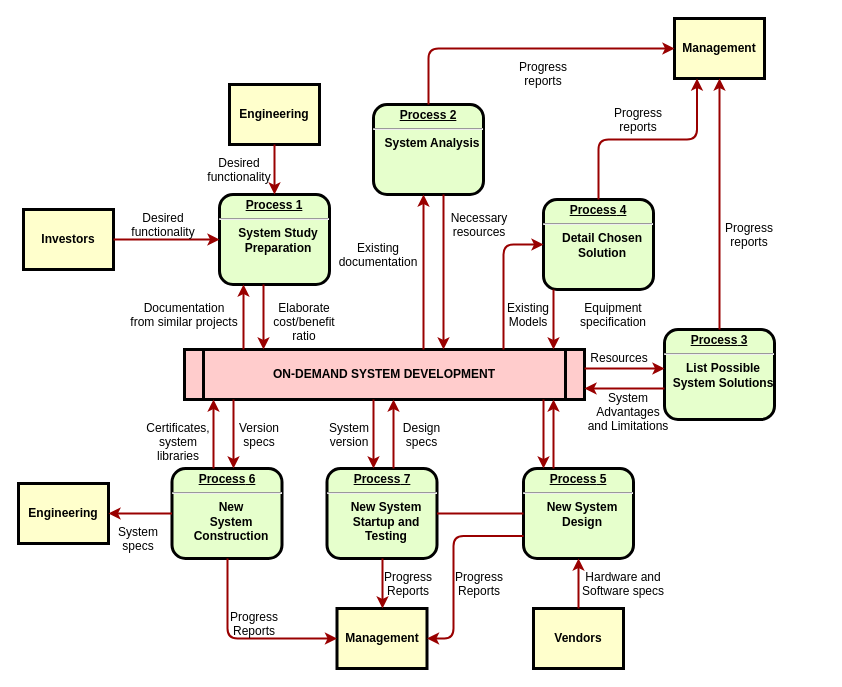
Master-Bhavesh/DFD-Diagram keeps this draw.io diagram as Library Management DFD.drawio. Above is the earlier version. Source tidied: cells renumbered, new cells numbered last; positions are measured from the earlier drawing's top-left corner, leaving out a move shared by most shapes. Both pictures are drawn from the tidied source at 100%, with x=0, y=0 at pixel (18, 18).
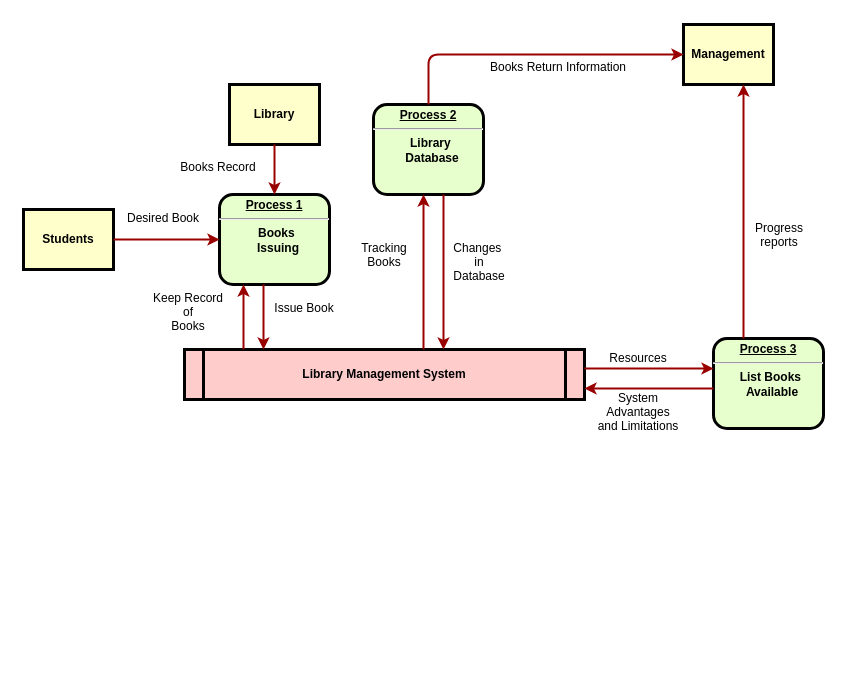
The same diagram, later.

Change to the diagram source:
```diff
@@
-    <mxCell id="2" value="&lt;p style=&quot;margin: 0px; margin-top: 4px; text-align: center; text-decoration: underline;&quot;&gt;&lt;strong&gt;Process 1&lt;br /&gt;&lt;/strong&gt;&lt;/p&gt;&lt;hr /&gt;&lt;p style=&quot;margin: 0px; margin-left: 8px;&quot;&gt;System Study&lt;/p&gt;&lt;p style=&quot;margin: 0px; margin-left: 8px;&quot;&gt;Preparation&lt;/p&gt;" style="verticalAlign=middle;align=center;overflow=fill;fontSize=12;fontFamily=Helvetica;html=1;rounded=1;fontStyle=1;strokeWidth=3;fillColor=#E6FFCC;" parent="1" vertex="1">
+    <mxCell id="2" value="&lt;p style=&quot;margin: 0px ; margin-top: 4px ; text-align: center ; text-decoration: underline&quot;&gt;&lt;strong&gt;Process 1&lt;br&gt;&lt;/strong&gt;&lt;/p&gt;&lt;hr&gt;&lt;p style=&quot;margin: 0px ; margin-left: 8px&quot;&gt;Books&amp;nbsp;&lt;/p&gt;&lt;p style=&quot;margin: 0px ; margin-left: 8px&quot;&gt;Issuing&lt;/p&gt;" style="verticalAlign=middle;align=center;overflow=fill;fontSize=12;fontFamily=Helvetica;html=1;rounded=1;fontStyle=1;strokeWidth=3;fillColor=#E6FFCC;" parent="1" vertex="1">
       <mxGeometry x="201" y="176" width="110" height="90" as="geometry" />
     </mxCell>
-    <mxCell id="3" value="Engineering" style="whiteSpace=wrap;align=center;verticalAlign=middle;fontStyle=1;strokeWidth=3;fillColor=#FFFFCC;" parent="1" vertex="1">
+    <mxCell id="3" value="Library" style="whiteSpace=wrap;align=center;verticalAlign=middle;fontStyle=1;strokeWidth=3;fillColor=#FFFFCC;" parent="1" vertex="1">
       <mxGeometry x="211" y="66" width="90" height="60" as="geometry" />
     </mxCell>
-    <mxCell id="4" value="Investors" style="whiteSpace=wrap;align=center;verticalAlign=middle;fontStyle=1;strokeWidth=3;fillColor=#FFFFCC;" parent="1" vertex="1">
+    <mxCell id="4" value="Students" style="whiteSpace=wrap;align=center;verticalAlign=middle;fontStyle=1;strokeWidth=3;fillColor=#FFFFCC;" parent="1" vertex="1">
       <mxGeometry x="5" y="191" width="90" height="60" as="geometry" />
     </mxCell>
-    <mxCell id="5" value="ON-DEMAND SYSTEM DEVELOPMENT" style="shape=process;whiteSpace=wrap;align=center;verticalAlign=middle;size=0.0475;fontStyle=1;strokeWidth=3;fillColor=#FFCCCC;" parent="1" vertex="1">
+    <mxCell id="5" value="Library Management System" style="shape=process;whiteSpace=wrap;align=center;verticalAlign=middle;size=0.0475;fontStyle=1;strokeWidth=3;fillColor=#FFCCCC;" parent="1" vertex="1">
       <mxGeometry x="166" y="331" width="400" height="50" as="geometry" />
     </mxCell>
-    <mxCell id="6" value="&lt;p style=&quot;margin: 0px; margin-top: 4px; text-align: center; text-decoration: underline;&quot;&gt;&lt;strong&gt;Process 2&lt;br /&gt;&lt;/strong&gt;&lt;/p&gt;&lt;hr /&gt;&lt;p style=&quot;margin: 0px; margin-left: 8px;&quot;&gt;System Analysis&lt;/p&gt;" style="verticalAlign=middle;align=center;overflow=fill;fontSize=12;fontFamily=Helvetica;html=1;rounded=1;fontStyle=1;strokeWidth=3;fillColor=#E6FFCC;" parent="1" vertex="1">
+    <mxCell id="6" value="&lt;p style=&quot;margin: 0px ; margin-top: 4px ; text-align: center ; text-decoration: underline&quot;&gt;&lt;strong&gt;Process 2&lt;br&gt;&lt;/strong&gt;&lt;/p&gt;&lt;hr&gt;&lt;p style=&quot;margin: 0px ; margin-left: 8px&quot;&gt;Library&amp;nbsp;&lt;/p&gt;&lt;p style=&quot;margin: 0px ; margin-left: 8px&quot;&gt;Database&lt;/p&gt;" style="verticalAlign=middle;align=center;overflow=fill;fontSize=12;fontFamily=Helvetica;html=1;rounded=1;fontStyle=1;strokeWidth=3;fillColor=#E6FFCC;" parent="1" vertex="1">
       <mxGeometry x="355" y="86" width="110" height="90" as="geometry" />
     </mxCell>
-    <mxCell id="7" value="&lt;p style=&quot;margin: 0px; margin-top: 4px; text-align: center; text-decoration: underline;&quot;&gt;&lt;strong&gt;&lt;strong&gt;Process&lt;/strong&gt; 3&lt;br /&gt;&lt;/strong&gt;&lt;/p&gt;&lt;hr /&gt;&lt;p style=&quot;margin: 0px; margin-left: 8px;&quot;&gt;List Possible&lt;/p&gt;&lt;p style=&quot;margin: 0px; margin-left: 8px;&quot;&gt;System Solutions&lt;/p&gt;" style="verticalAlign=middle;align=center;overflow=fill;fontSize=12;fontFamily=Helvetica;html=1;rounded=1;fontStyle=1;strokeWidth=3;fillColor=#E6FFCC;" parent="1" vertex="1">
-      <mxGeometry x="646" y="311" width="110" height="90" as="geometry" />
+    <mxCell id="7" value="&lt;p style=&quot;margin: 0px ; margin-top: 4px ; text-align: center ; text-decoration: underline&quot;&gt;&lt;strong&gt;&lt;strong&gt;Process&lt;/strong&gt; 3&lt;br&gt;&lt;/strong&gt;&lt;/p&gt;&lt;hr&gt;&lt;p style=&quot;margin: 0px ; margin-left: 8px&quot;&gt;List Books&amp;nbsp;&lt;/p&gt;&lt;p style=&quot;margin: 0px ; margin-left: 8px&quot;&gt;Available&lt;/p&gt;" style="verticalAlign=middle;align=center;overflow=fill;fontSize=12;fontFamily=Helvetica;html=1;rounded=1;fontStyle=1;strokeWidth=3;fillColor=#E6FFCC;" parent="1" vertex="1">
+      <mxGeometry x="695" y="320" width="110" height="90" as="geometry" />
     </mxCell>
-    <mxCell id="8" value="&lt;p style=&quot;margin: 0px; margin-top: 4px; text-align: center; text-decoration: underline;&quot;&gt;&lt;strong&gt;&lt;strong&gt;Process&lt;/strong&gt; 4&lt;br /&gt;&lt;/strong&gt;&lt;/p&gt;&lt;hr /&gt;&lt;p style=&quot;margin: 0px; margin-left: 8px;&quot;&gt;Detail Chosen&lt;/p&gt;&lt;p style=&quot;margin: 0px; margin-left: 8px;&quot;&gt;Solution&lt;/p&gt;" style="verticalAlign=middle;align=center;overflow=fill;fontSize=12;fontFamily=Helvetica;html=1;rounded=1;fontStyle=1;strokeWidth=3;fillColor=#E6FFCC;" parent="1" vertex="1">
-      <mxGeometry x="525" y="181" width="110" height="90" as="geometry" />
-    </mxCell>
-    <mxCell id="9" value="&lt;p style=&quot;margin: 0px; margin-top: 4px; text-align: center; text-decoration: underline;&quot;&gt;&lt;strong&gt;&lt;strong&gt;Process&lt;/strong&gt; 5&lt;br /&gt;&lt;/strong&gt;&lt;/p&gt;&lt;hr /&gt;&lt;p style=&quot;margin: 0px; margin-left: 8px;&quot;&gt;New System&lt;/p&gt;&lt;p style=&quot;margin: 0px; margin-left: 8px;&quot;&gt;Design&lt;/p&gt;" style="verticalAlign=middle;align=center;overflow=fill;fontSize=12;fontFamily=Helvetica;html=1;rounded=1;fontStyle=1;strokeWidth=3;fillColor=#E6FFCC;" parent="1" vertex="1">
-      <mxGeometry x="505" y="450" width="110" height="90" as="geometry" />
-    </mxCell>
-    <mxCell id="10" value="&lt;p style=&quot;margin: 0px; margin-top: 4px; text-align: center; text-decoration: underline;&quot;&gt;&lt;strong&gt;&lt;strong&gt;Process&lt;/strong&gt; 6&lt;br /&gt;&lt;/strong&gt;&lt;/p&gt;&lt;hr /&gt;&lt;p style=&quot;margin: 0px; margin-left: 8px;&quot;&gt;New&lt;/p&gt;&lt;p style=&quot;margin: 0px; margin-left: 8px;&quot;&gt;System&lt;/p&gt;&lt;p style=&quot;margin: 0px; margin-left: 8px;&quot;&gt;Construction&lt;/p&gt;" style="verticalAlign=middle;align=center;overflow=fill;fontSize=12;fontFamily=Helvetica;html=1;rounded=1;fontStyle=1;strokeWidth=3;fillColor=#E6FFCC;" parent="1" vertex="1">
-      <mxGeometry x="153.5" y="450" width="110" height="90" as="geometry" />
-    </mxCell>
     <mxCell id="11" value="Management" style="whiteSpace=wrap;align=center;verticalAlign=middle;fontStyle=1;strokeWidth=3;fillColor=#FFFFCC;" parent="1" vertex="1">
-      <mxGeometry x="656" width="90" height="60" as="geometry" />
+      <mxGeometry x="665" y="6" width="90" height="60" as="geometry" />
     </mxCell>
-    <mxCell id="12" value="Management" style="whiteSpace=wrap;align=center;verticalAlign=middle;fontStyle=1;strokeWidth=3;fillColor=#FFFFCC;" parent="1" vertex="1">
-      <mxGeometry x="318.5" y="590" width="90" height="60" as="geometry" />
-    </mxCell>
-    <mxCell id="13" value="Engineering" style="whiteSpace=wrap;align=center;verticalAlign=middle;fontStyle=1;strokeWidth=3;fillColor=#FFFFCC;" parent="1" vertex="1">
-      <mxGeometry y="465" width="90" height="60" as="geometry" />
-    </mxCell>
-    <mxCell id="14" value="Vendors" style="whiteSpace=wrap;align=center;verticalAlign=middle;fontStyle=1;strokeWidth=3;fillColor=#FFFFCC;" parent="1" vertex="1">
-      <mxGeometry x="515" y="590" width="90" height="60" as="geometry" />
-    </mxCell>
@@
-    <mxCell id="17" value="&lt;p style=&quot;margin: 0px; margin-top: 4px; text-align: center; text-decoration: underline;&quot;&gt;&lt;strong&gt;&lt;strong&gt;Process&lt;/strong&gt; 7&lt;br /&gt;&lt;/strong&gt;&lt;/p&gt;&lt;hr /&gt;&lt;p style=&quot;margin: 0px; margin-left: 8px;&quot;&gt;New System&lt;/p&gt;&lt;p style=&quot;margin: 0px; margin-left: 8px;&quot;&gt;Startup and&lt;/p&gt;&lt;p style=&quot;margin: 0px; margin-left: 8px;&quot;&gt;Testing&lt;/p&gt;" style="verticalAlign=middle;align=center;overflow=fill;fontSize=12;fontFamily=Helvetica;html=1;rounded=1;fontStyle=1;strokeWidth=3;fillColor=#E6FFCC;" parent="1" vertex="1">
-      <mxGeometry x="308.5" y="450" width="110" height="90" as="geometry" />
-    </mxCell>
-    <mxCell id="18" style="endArrow=none;noEdgeStyle=1;strokeColor=#990000;strokeWidth=2;" parent="1" edge="1" source="9" target="17">
-      <mxGeometry relative="1" as="geometry" />
-    </mxCell>
-    <mxCell id="19" value="Desired &#10;functionality" style="text;spacingTop=-5;align=center;" parent="1" vertex="1">
+    <mxCell id="19" value="Desired Book" style="text;spacingTop=-5;align=center;" parent="1" vertex="1">
       <mxGeometry x="130" y="191" width="30" height="20" as="geometry" />
     </mxCell>
-    <mxCell id="20" value="Desired &#10;functionality" style="text;spacingTop=-5;align=center;" parent="1" vertex="1">
-      <mxGeometry x="206" y="136" width="30" height="20" as="geometry" />
+    <mxCell id="20" value="Books Record" style="text;spacingTop=-5;align=center;" parent="1" vertex="1">
+      <mxGeometry x="185" y="140" width="30" height="20" as="geometry" />
     </mxCell>
-    <mxCell id="21" value="Documentation&#10;from similar projects" style="text;spacingTop=-5;align=center;" parent="1" vertex="1">
-      <mxGeometry x="151" y="281" width="30" height="20" as="geometry" />
+    <mxCell id="21" value="Keep Record&#10;of&#10;Books" style="text;spacingTop=-5;align=center;" parent="1" vertex="1">
+      <mxGeometry x="155" y="271" width="30" height="20" as="geometry" />
     </mxCell>
@@
-    <mxCell id="24" value="Elaborate&#10;cost/benefit&#10;ratio" style="text;spacingTop=-5;align=center;" parent="1" vertex="1">
+    <mxCell id="24" value="Issue Book" style="text;spacingTop=-5;align=center;" parent="1" vertex="1">
       <mxGeometry x="271" y="281" width="30" height="20" as="geometry" />
     </mxCell>
@@
-    <mxCell id="27" value="Existing&#10;documentation" style="text;spacingTop=-5;align=center;" parent="1" vertex="1">
-      <mxGeometry x="345" y="221" width="30" height="20" as="geometry" />
+    <mxCell id="27" value="Tracking &#10;Books" style="text;spacingTop=-5;align=center;" parent="1" vertex="1">
+      <mxGeometry x="351" y="221" width="30" height="20" as="geometry" />
     </mxCell>
-    <mxCell id="28" value="Necessary&#10;resources" style="text;spacingTop=-5;align=center;" parent="1" vertex="1">
-      <mxGeometry x="446" y="191" width="30" height="20" as="geometry" />
+    <mxCell id="28" value="Changes &#10;in&#10;Database" style="text;spacingTop=-5;align=center;" parent="1" vertex="1">
+      <mxGeometry x="446" y="221" width="30" height="20" as="geometry" />
     </mxCell>
-    <mxCell id="29" value="Progress&#10;reports" style="text;spacingTop=-5;align=center;" parent="1" vertex="1">
-      <mxGeometry x="510" y="40" width="30" height="20" as="geometry" />
+    <mxCell id="29" value="Books Return Information" style="text;spacingTop=-5;align=center;" parent="1" vertex="1">
+      <mxGeometry x="525" y="40" width="30" height="20" as="geometry" />
     </mxCell>
-    <mxCell id="30" value="Progress&#10;reports" style="text;spacingTop=-5;align=center;" parent="1" vertex="1">
-      <mxGeometry x="605" y="86" width="30" height="20" as="geometry" />
-    </mxCell>
     <mxCell id="31" value="Progress&#10;reports" style="text;spacingTop=-5;align=center;" parent="1" vertex="1">
-      <mxGeometry x="716" y="201" width="30" height="20" as="geometry" />
+      <mxGeometry x="746" y="201" width="30" height="20" as="geometry" />
     </mxCell>
@@
-    <mxCell id="33" style="edgeStyle=elbowEdgeStyle;elbow=vertical;entryX=0.25;entryY=1;strokeColor=#990000;strokeWidth=2;" parent="1" edge="1" source="8" target="11">
-      <mxGeometry relative="1" as="geometry" />
-    </mxCell>
@@
-    <mxCell id="35" style="edgeStyle=elbowEdgeStyle;elbow=horizontal;strokeColor=#990000;strokeWidth=2;" parent="1" edge="1" source="8" target="5">
-      <mxGeometry relative="1" as="geometry">
-        <Array as="points">
-          <mxPoint x="535" y="300" />
-        </Array>
-      </mxGeometry>
-    </mxCell>
-    <mxCell id="36" style="edgeStyle=segmentEdgeStyle;strokeColor=#990000;strokeWidth=2;" parent="1" edge="1" source="5" target="8">
-      <mxGeometry relative="1" as="geometry">
-        <Array as="points">
-          <mxPoint x="485" y="226" />
-        </Array>
-      </mxGeometry>
-    </mxCell>
-    <mxCell id="37" value="Existing&#10;Models" style="text;spacingTop=-5;align=center;" parent="1" vertex="1">
-      <mxGeometry x="495" y="281" width="30" height="20" as="geometry" />
-    </mxCell>
-    <mxCell id="38" value="Equipment&#10;specification" style="text;spacingTop=-5;align=center;" parent="1" vertex="1">
-      <mxGeometry x="580" y="281" width="30" height="20" as="geometry" />
-    </mxCell>
@@
     <mxCell id="41" value="Resources" style="text;spacingTop=-5;align=center;" parent="1" vertex="1">
-      <mxGeometry x="586" y="331" width="30" height="20" as="geometry" />
+      <mxGeometry x="605" y="331" width="30" height="20" as="geometry" />
     </mxCell>
     <mxCell id="42" value="System &#10;Advantages &#10;and Limitations" style="text;spacingTop=-5;align=center;" parent="1" vertex="1">
-      <mxGeometry x="595" y="371" width="30" height="20" as="geometry" />
+      <mxGeometry x="605" y="371" width="30" height="20" as="geometry" />
     </mxCell>
-    <mxCell id="43" style="edgeStyle=elbowEdgeStyle;elbow=horizontal;strokeColor=#990000;strokeWidth=2;" parent="1" edge="1" source="9" target="5">
-      <mxGeometry relative="1" as="geometry">
-        <Array as="points">
-          <mxPoint x="535" y="410" />
-        </Array>
-      </mxGeometry>
-    </mxCell>
-    <mxCell id="44" style="edgeStyle=elbowEdgeStyle;elbow=horizontal;strokeColor=#990000;strokeWidth=2;" parent="1" edge="1" source="5" target="9">
-      <mxGeometry relative="1" as="geometry">
-        <Array as="points">
-          <mxPoint x="525" y="420" />
-        </Array>
-      </mxGeometry>
-    </mxCell>
-    <mxCell id="45" style="edgeStyle=elbowEdgeStyle;elbow=horizontal;strokeColor=#990000;strokeWidth=2;" parent="1" edge="1" source="14" target="9">
-      <mxGeometry relative="1" as="geometry" />
-    </mxCell>
-    <mxCell id="46" value="Hardware and&#10;Software specs" style="text;spacingTop=-5;align=center;" parent="1" vertex="1">
-      <mxGeometry x="590" y="550" width="30" height="20" as="geometry" />
-    </mxCell>
-    <mxCell id="47" style="edgeStyle=elbowEdgeStyle;elbow=horizontal;exitX=0;exitY=0.75;strokeColor=#990000;strokeWidth=2;" parent="1" edge="1" source="9" target="12">
-      <mxGeometry relative="1" as="geometry">
-        <Array as="points">
-          <mxPoint x="435" y="570" />
-        </Array>
-      </mxGeometry>
-    </mxCell>
-    <mxCell id="48" value="Progress&#10;Reports" style="text;spacingTop=-5;align=center;" parent="1" vertex="1">
-      <mxGeometry x="446" y="550" width="30" height="20" as="geometry" />
-    </mxCell>
-    <mxCell id="49" style="edgeStyle=elbowEdgeStyle;elbow=horizontal;strokeColor=#990000;strokeWidth=2;" parent="1" edge="1" source="17" target="12">
-      <mxGeometry relative="1" as="geometry" />
-    </mxCell>
-    <mxCell id="50" value="Progress&#10;Reports" style="text;spacingTop=-5;align=center;" parent="1" vertex="1">
-      <mxGeometry x="375" y="550" width="30" height="20" as="geometry" />
-    </mxCell>
-    <mxCell id="51" style="edgeStyle=elbowEdgeStyle;elbow=horizontal;strokeColor=#990000;strokeWidth=2;" parent="1" edge="1" source="10" target="12">
-      <mxGeometry relative="1" as="geometry">
-        <Array as="points">
-          <mxPoint x="209" y="570" />
-        </Array>
-      </mxGeometry>
-    </mxCell>
-    <mxCell id="52" value="Progress&#10;Reports" style="text;spacingTop=-5;align=center;" parent="1" vertex="1">
-      <mxGeometry x="221" y="590" width="30" height="20" as="geometry" />
-    </mxCell>
-    <mxCell id="53" style="edgeStyle=elbowEdgeStyle;elbow=vertical;strokeColor=#990000;strokeWidth=2;" parent="1" edge="1" source="10" target="13">
-      <mxGeometry relative="1" as="geometry" />
-    </mxCell>
-    <mxCell id="54" style="edgeStyle=elbowEdgeStyle;elbow=horizontal;strokeColor=#990000;strokeWidth=2;" parent="1" edge="1" source="5" target="17">
-      <mxGeometry relative="1" as="geometry">
-        <Array as="points">
-          <mxPoint x="355" y="410" />
-        </Array>
-      </mxGeometry>
-    </mxCell>
-    <mxCell id="55" style="edgeStyle=elbowEdgeStyle;elbow=horizontal;strokeColor=#990000;strokeWidth=2;" parent="1" edge="1" source="17" target="5">
-      <mxGeometry relative="1" as="geometry">
-        <Array as="points">
-          <mxPoint x="375" y="410" />
-        </Array>
-      </mxGeometry>
-    </mxCell>
-    <mxCell id="56" value="Version&#10;specs" style="text;spacingTop=-5;align=center;" parent="1" vertex="1">
-      <mxGeometry x="226" y="401" width="30" height="20" as="geometry" />
-    </mxCell>
-    <mxCell id="57" value="Certificates,&#10;system&#10;libraries" style="text;spacingTop=-5;align=center;" parent="1" vertex="1">
-      <mxGeometry x="145" y="401" width="30" height="20" as="geometry" />
-    </mxCell>
-    <mxCell id="58" style="edgeStyle=elbowEdgeStyle;elbow=horizontal;strokeColor=#990000;strokeWidth=2;" parent="1" edge="1" source="5" target="10">
-      <mxGeometry relative="1" as="geometry">
-        <Array as="points">
-          <mxPoint x="215" y="410" />
-        </Array>
-      </mxGeometry>
-    </mxCell>
-    <mxCell id="59" style="edgeStyle=elbowEdgeStyle;elbow=horizontal;strokeColor=#990000;strokeWidth=2;" parent="1" edge="1" source="10" target="5">
-      <mxGeometry relative="1" as="geometry">
-        <Array as="points">
-          <mxPoint x="195" y="410" />
-        </Array>
-      </mxGeometry>
-    </mxCell>
-    <mxCell id="60" value="System&#10;specs" style="text;spacingTop=-5;align=center;" parent="1" vertex="1">
-      <mxGeometry x="105" y="505" width="30" height="20" as="geometry" />
-    </mxCell>
-    <mxCell id="61" value="Design&#10;specs" style="text;spacingTop=-5;align=center;" parent="1" vertex="1">
-      <mxGeometry x="388.5" y="401" width="30" height="20" as="geometry" />
-    </mxCell>
-    <mxCell id="62" value="System&#10;version" style="text;spacingTop=-5;align=center;" parent="1" vertex="1">
-      <mxGeometry x="316" y="401" width="30" height="20" as="geometry" />
-    </mxCell>
```
